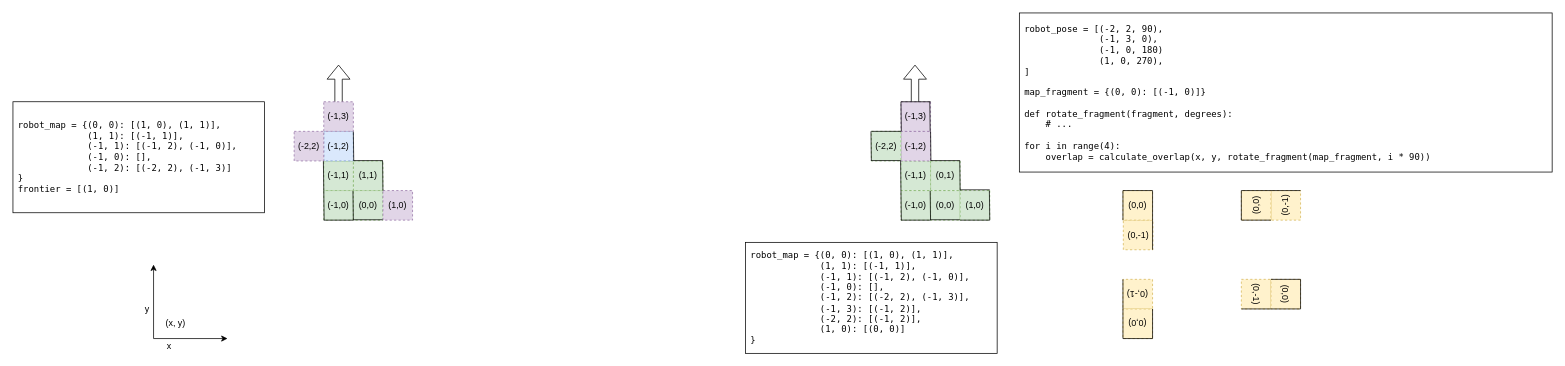
GertKanter/devops keeps this draw.io diagram as mapping_localization.drawio. Above is the earlier version. Source tidied: cells renumbered, new cells numbered last; positions are measured from the earlier drawing's top-left corner, leaving out a move shared by most shapes. Both pictures are drawn from the tidied source at 74%, with x=0, y=0 at pixel (13, 13).
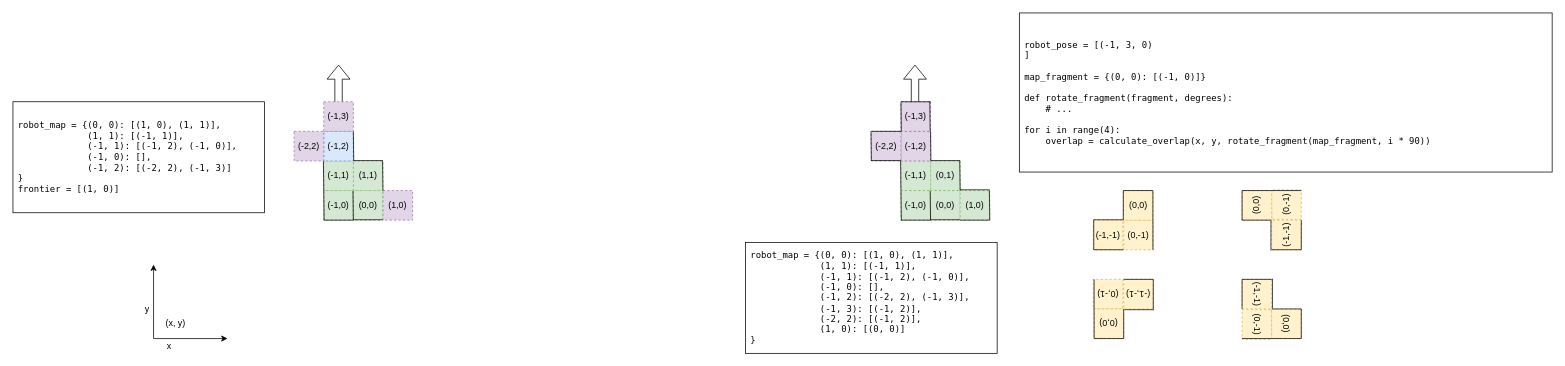
Above is the later version.

Change to the diagram source:
```diff
@@
-    <mxCell id="40" value="(-2,2)" style="rounded=0;whiteSpace=wrap;html=1;fontStyle=0;dashed=1;fillColor=#d5e8d4;strokeColor=#82b366;direction=south;" parent="1" vertex="1">
+    <mxCell id="40" value="(-2,2)" style="rounded=0;whiteSpace=wrap;html=1;fontStyle=0;dashed=1;fillColor=#e1d5e7;strokeColor=#9673a6;direction=south;" parent="1" vertex="1">
       <mxGeometry x="1160" y="160" width="40" height="40" as="geometry" />
     </mxCell>
@@
-    <mxCell id="51" value="&lt;font face=&quot;Lucida Console&quot;&gt;robot_pose = [&lt;/font&gt;&lt;span style=&quot;font-family: &amp;#34;lucida console&amp;#34;&quot;&gt;(-2, 2, 90),&lt;/span&gt;&lt;span style=&quot;font-family: &amp;#34;lucida console&amp;#34;&quot;&gt;&lt;br&gt;&lt;/span&gt;&lt;font face=&quot;Lucida Console&quot;&gt;&amp;nbsp; &amp;nbsp; &amp;nbsp; &amp;nbsp; &amp;nbsp; &amp;nbsp; &amp;nbsp;&amp;nbsp;&lt;/font&gt;&lt;font face=&quot;Lucida Console&quot;&gt;(-1, 3, 0)&lt;/font&gt;&lt;span style=&quot;font-family: &amp;#34;lucida console&amp;#34;&quot;&gt;,&lt;br&gt;&amp;nbsp; &amp;nbsp; &amp;nbsp; &amp;nbsp; &amp;nbsp; &amp;nbsp; &amp;nbsp; (-1, 0, 180)&amp;nbsp;&lt;br&gt;&lt;/span&gt;&lt;font face=&quot;Lucida Console&quot;&gt;&amp;nbsp; &amp;nbsp; &amp;nbsp; &amp;nbsp; &amp;nbsp; &amp;nbsp; &amp;nbsp; (1, 0, 270),&lt;br&gt;]&lt;br&gt;&lt;br&gt;map_fragment = {(0, 0): [(-1, 0)]}&lt;br&gt;&lt;br&gt;def rotate_fragment(fragment, degrees):&lt;br&gt;&amp;nbsp; &amp;nbsp; # ...&lt;br&gt;&lt;br&gt;for i in range(4):&lt;br&gt;&amp;nbsp; &amp;nbsp; overlap = calculate_overlap(x, y, rotate_fragment(map_fragment, i * 90))&lt;br&gt;&lt;/font&gt;" style="rounded=0;whiteSpace=wrap;html=1;align=left;spacingLeft=5;" parent="1" vertex="1">
+    <mxCell id="51" value="&lt;font face=&quot;Lucida Console&quot;&gt;robot_pose = [&lt;/font&gt;&lt;span style=&quot;font-family: &amp;#34;lucida console&amp;#34;&quot;&gt;(-1, 3, 0)&amp;nbsp;&lt;/span&gt;&lt;font face=&quot;Lucida Console&quot;&gt;&lt;br&gt;]&lt;br&gt;&lt;br&gt;map_fragment = {(0, 0): [(-1, 0)]}&lt;br&gt;&lt;br&gt;def rotate_fragment(fragment, degrees):&lt;br&gt;&amp;nbsp; &amp;nbsp; # ...&lt;br&gt;&lt;br&gt;for i in range(4):&lt;br&gt;&amp;nbsp; &amp;nbsp; overlap = calculate_overlap(x, y, rotate_fragment(map_fragment, i * 90))&lt;br&gt;&lt;/font&gt;" style="rounded=0;whiteSpace=wrap;html=1;align=left;spacingLeft=5;" parent="1" vertex="1">
       <mxGeometry x="1360" width="720" height="215" as="geometry" />
     </mxCell>
@@
-    <mxCell id="53" style="group;" parent="1" vertex="1">
-      <mxGeometry x="1500" y="240" width="40.5" height="80" as="geometry" />
-    </mxCell>
+    <mxCell id="81" style="group;" parent="1" vertex="1">
+      <mxGeometry x="1460" y="240" width="81" height="80" as="geometry" />
+    </mxCell>
-    <mxCell id="54" value="(0,-1)" style="rounded=0;whiteSpace=wrap;html=1;fontStyle=0;dashed=1;fillColor=#fff2cc;strokeColor=#d6b656;rotation=0;" parent="53" vertex="1">
-      <mxGeometry x="0.5" y="40" width="40" height="40" as="geometry" />
+    <mxCell id="54" value="(0,-1)" style="rounded=0;whiteSpace=wrap;html=1;fontStyle=0;dashed=1;fillColor=#fff2cc;strokeColor=#d6b656;rotation=0;" parent="81" vertex="1">
+      <mxGeometry x="41" y="40" width="40" height="40" as="geometry" />
     </mxCell>
-    <mxCell id="55" value="(0,0)" style="rounded=0;whiteSpace=wrap;html=1;fontStyle=0;dashed=1;fillColor=#fff2cc;strokeColor=#d6b656;rotation=0;" parent="53" vertex="1">
-      <mxGeometry width="40" height="40" as="geometry" />
+    <mxCell id="55" value="(0,0)" style="rounded=0;whiteSpace=wrap;html=1;fontStyle=0;dashed=1;fillColor=#fff2cc;strokeColor=#d6b656;rotation=0;" parent="81" vertex="1">
+      <mxGeometry x="40.5" width="40" height="40" as="geometry" />
     </mxCell>
-    <mxCell id="56" style="endArrow=none;html=1;" parent="53" edge="1">
+    <mxCell id="56" style="endArrow=none;html=1;" parent="81" edge="1">
       <mxGeometry relative="1" as="geometry">
-        <mxPoint as="sourcePoint" />
-        <mxPoint y="40" as="targetPoint" />
+        <mxPoint x="40.5" as="sourcePoint" />
+        <mxPoint x="40.5" y="40" as="targetPoint" />
       </mxGeometry>
     </mxCell>
-    <mxCell id="57" style="endArrow=none;html=1;" parent="53" edge="1">
+    <mxCell id="57" style="endArrow=none;html=1;" parent="81" edge="1">
       <mxGeometry relative="1" as="geometry">
-        <mxPoint x="40" as="sourcePoint" />
-        <mxPoint x="40" y="40" as="targetPoint" />
+        <mxPoint x="80.5" as="sourcePoint" />
+        <mxPoint x="80.5" y="40" as="targetPoint" />
       </mxGeometry>
     </mxCell>
-    <mxCell id="58" style="endArrow=none;html=1;" parent="53" edge="1">
+    <mxCell id="58" style="endArrow=none;html=1;" parent="81" edge="1">
       <mxGeometry relative="1" as="geometry">
-        <mxPoint x="40" as="sourcePoint" />
-        <mxPoint as="targetPoint" />
+        <mxPoint x="80.5" as="sourcePoint" />
+        <mxPoint x="40.5" as="targetPoint" />
       </mxGeometry>
     </mxCell>
-    <mxCell id="59" style="endArrow=none;html=1;" parent="53" edge="1">
+    <mxCell id="59" style="endArrow=none;html=1;" parent="81" edge="1">
       <mxGeometry relative="1" as="geometry">
-        <mxPoint x="40" y="40" as="sourcePoint" />
-        <mxPoint x="40" y="80" as="targetPoint" />
+        <mxPoint x="80.5" y="40" as="sourcePoint" />
+        <mxPoint x="80.5" y="80" as="targetPoint" />
       </mxGeometry>
     </mxCell>
-    <mxCell id="60" style="group;rotation=-90;" parent="1" vertex="1">
-      <mxGeometry x="1680" y="220" width="40.5" height="80" as="geometry" />
-    </mxCell>
+    <mxCell id="82" value="(-1,-1)" style="rounded=0;whiteSpace=wrap;html=1;fontStyle=0;dashed=1;fillColor=#fff2cc;strokeColor=#d6b656;rotation=0;" parent="81" vertex="1">
+      <mxGeometry y="40" width="40" height="40" as="geometry" />
+    </mxCell>
+    <mxCell id="83" style="endArrow=none;html=1;" parent="81" edge="1">
+      <mxGeometry relative="1" as="geometry">
+        <mxPoint x="40" y="39.5" as="sourcePoint" />
+        <mxPoint y="39.5" as="targetPoint" />
+      </mxGeometry>
+    </mxCell>
+    <mxCell id="84" style="endArrow=none;html=1;" parent="81" edge="1">
+      <mxGeometry relative="1" as="geometry">
+        <mxPoint x="40.5" y="80" as="sourcePoint" />
+        <mxPoint x="0.5" y="80" as="targetPoint" />
+      </mxGeometry>
+    </mxCell>
+    <mxCell id="85" style="endArrow=none;html=1;" parent="81" edge="1">
+      <mxGeometry relative="1" as="geometry">
+        <mxPoint x="0.5" y="40" as="sourcePoint" />
+        <mxPoint x="0.5" y="80" as="targetPoint" />
+      </mxGeometry>
+    </mxCell>
+    <mxCell id="86" style="group;rotation=-90;" parent="1" vertex="1">
+      <mxGeometry x="1660" y="240" width="81" height="80" as="geometry" />
+    </mxCell>
-    <mxCell id="61" value="(0,-1)" style="rounded=0;whiteSpace=wrap;html=1;fontStyle=0;dashed=1;fillColor=#fff2cc;strokeColor=#d6b656;rotation=-90;" parent="60" vertex="1">
-      <mxGeometry x="20" y="20" width="40" height="40" as="geometry" />
+    <mxCell id="61" value="(0,-1)" style="rounded=0;whiteSpace=wrap;html=1;fontStyle=0;dashed=1;fillColor=#fff2cc;strokeColor=#d6b656;rotation=-90;" parent="86" vertex="1">
+      <mxGeometry x="41" y="-1" width="40" height="40" as="geometry" />
     </mxCell>
-    <mxCell id="62" value="(0,0)" style="rounded=0;whiteSpace=wrap;html=1;fontStyle=0;dashed=1;fillColor=#fff2cc;strokeColor=#d6b656;rotation=-90;" parent="60" vertex="1">
-      <mxGeometry x="-20" y="20" width="40" height="40" as="geometry" />
+    <mxCell id="62" value="(0,0)" style="rounded=0;whiteSpace=wrap;html=1;fontStyle=0;dashed=1;fillColor=#fff2cc;strokeColor=#d6b656;rotation=-90;" parent="86" vertex="1">
+      <mxGeometry x="1" width="40" height="40" as="geometry" />
     </mxCell>
-    <mxCell id="63" style="endArrow=none;html=1;" parent="60" edge="1">
-      <mxGeometry relative="1" as="geometry">
-        <mxPoint x="-20" y="60" as="sourcePoint" />
-        <mxPoint x="20" y="60" as="targetPoint" />
-      </mxGeometry>
-    </mxCell>
-    <mxCell id="64" style="endArrow=none;html=1;" parent="60" edge="1">
-      <mxGeometry relative="1" as="geometry">
-        <mxPoint x="-20" y="20" as="sourcePoint" />
-        <mxPoint x="20" y="20" as="targetPoint" />
-      </mxGeometry>
-    </mxCell>
-    <mxCell id="65" style="endArrow=none;html=1;" parent="60" edge="1">
-      <mxGeometry relative="1" as="geometry">
-        <mxPoint x="-20" y="20" as="sourcePoint" />
-        <mxPoint x="-20" y="60" as="targetPoint" />
-      </mxGeometry>
-    </mxCell>
-    <mxCell id="66" style="endArrow=none;html=1;" parent="60" edge="1">
-      <mxGeometry relative="1" as="geometry">
-        <mxPoint x="20" y="20" as="sourcePoint" />
-        <mxPoint x="60" y="20" as="targetPoint" />
-      </mxGeometry>
-    </mxCell>
-    <mxCell id="67" style="group;rotation=-180;" parent="1" vertex="1">
-      <mxGeometry x="1500" y="360" width="40.5" height="80" as="geometry" />
-    </mxCell>
+    <mxCell id="87" style="endArrow=none;html=1;" parent="86" edge="1">
+      <mxGeometry relative="1" as="geometry">
+        <mxPoint x="1" y="40" as="sourcePoint" />
+        <mxPoint x="41" y="40" as="targetPoint" />
+      </mxGeometry>
+    </mxCell>
+    <mxCell id="88" style="endArrow=none;html=1;" parent="86" edge="1">
+      <mxGeometry relative="1" as="geometry">
+        <mxPoint x="1" as="sourcePoint" />
+        <mxPoint x="41" as="targetPoint" />
+      </mxGeometry>
+    </mxCell>
+    <mxCell id="89" style="endArrow=none;html=1;" parent="86" edge="1">
+      <mxGeometry relative="1" as="geometry">
+        <mxPoint x="1" as="sourcePoint" />
+        <mxPoint x="1" y="40" as="targetPoint" />
+      </mxGeometry>
+    </mxCell>
+    <mxCell id="90" style="endArrow=none;html=1;" parent="86" edge="1">
+      <mxGeometry relative="1" as="geometry">
+        <mxPoint x="41" as="sourcePoint" />
+        <mxPoint x="81" as="targetPoint" />
+      </mxGeometry>
+    </mxCell>
+    <mxCell id="91" value="(-1,-1)" style="rounded=0;whiteSpace=wrap;html=1;fontStyle=0;dashed=1;fillColor=#fff2cc;strokeColor=#d6b656;rotation=-90;" parent="86" vertex="1">
+      <mxGeometry x="41" y="40" width="40" height="40" as="geometry" />
+    </mxCell>
+    <mxCell id="92" style="endArrow=none;html=1;" parent="86" edge="1">
+      <mxGeometry relative="1" as="geometry">
+        <mxPoint x="40" y="41" as="sourcePoint" />
+        <mxPoint x="40" y="81" as="targetPoint" />
+      </mxGeometry>
+    </mxCell>
+    <mxCell id="93" style="endArrow=none;html=1;" parent="86" edge="1">
+      <mxGeometry relative="1" as="geometry">
+        <mxPoint x="81" y="40" as="sourcePoint" />
+        <mxPoint x="81" y="80" as="targetPoint" />
+      </mxGeometry>
+    </mxCell>
+    <mxCell id="94" style="endArrow=none;html=1;" parent="86" edge="1">
+      <mxGeometry relative="1" as="geometry">
+        <mxPoint x="41" y="80" as="sourcePoint" />
+        <mxPoint x="81" y="80" as="targetPoint" />
+      </mxGeometry>
+    </mxCell>
+    <mxCell id="95" style="group;rotation=180;" parent="1" vertex="1">
+      <mxGeometry x="1460" y="360" width="81" height="80" as="geometry" />
+    </mxCell>
-    <mxCell id="68" value="(0,-1)" style="rounded=0;whiteSpace=wrap;html=1;fontStyle=0;dashed=1;fillColor=#fff2cc;strokeColor=#d6b656;rotation=-180;" parent="67" vertex="1">
+    <mxCell id="68" value="(0,-1)" style="rounded=0;whiteSpace=wrap;html=1;fontStyle=0;dashed=1;fillColor=#fff2cc;strokeColor=#d6b656;rotation=180;" parent="95" vertex="1">
       <mxGeometry width="40" height="40" as="geometry" />
     </mxCell>
-    <mxCell id="69" value="(0,0)" style="rounded=0;whiteSpace=wrap;html=1;fontStyle=0;dashed=1;fillColor=#fff2cc;strokeColor=#d6b656;rotation=-180;" parent="67" vertex="1">
-      <mxGeometry y="40" width="40" height="40" as="geometry" />
+    <mxCell id="69" value="(0,0)" style="rounded=0;whiteSpace=wrap;html=1;fontStyle=0;dashed=1;fillColor=#fff2cc;strokeColor=#d6b656;rotation=180;" parent="95" vertex="1">
+      <mxGeometry x="1" y="40" width="40" height="40" as="geometry" />
     </mxCell>
-    <mxCell id="70" style="endArrow=none;html=1;" parent="67" edge="1">
-      <mxGeometry relative="1" as="geometry">
-        <mxPoint x="40" y="80" as="sourcePoint" />
-        <mxPoint x="40" y="40" as="targetPoint" />
-      </mxGeometry>
-    </mxCell>
-    <mxCell id="71" style="endArrow=none;html=1;" parent="67" edge="1">
-      <mxGeometry relative="1" as="geometry">
-        <mxPoint y="80" as="sourcePoint" />
-        <mxPoint y="40" as="targetPoint" />
-      </mxGeometry>
-    </mxCell>
-    <mxCell id="72" style="endArrow=none;html=1;" parent="67" edge="1">
-      <mxGeometry relative="1" as="geometry">
-        <mxPoint y="80" as="sourcePoint" />
-        <mxPoint x="40" y="80" as="targetPoint" />
-      </mxGeometry>
-    </mxCell>
-    <mxCell id="73" style="endArrow=none;html=1;" parent="67" edge="1">
-      <mxGeometry relative="1" as="geometry">
-        <mxPoint y="40" as="sourcePoint" />
-        <mxPoint as="targetPoint" />
-      </mxGeometry>
-    </mxCell>
-    <mxCell id="74" style="group;rotation=90;" parent="1" vertex="1">
-      <mxGeometry x="1680" y="340" width="40.5" height="80" as="geometry" />
-    </mxCell>
+    <mxCell id="96" style="endArrow=none;html=1;" parent="95" edge="1">
+      <mxGeometry relative="1" as="geometry">
+        <mxPoint x="41" y="80" as="sourcePoint" />
+        <mxPoint x="41" y="40" as="targetPoint" />
+      </mxGeometry>
+    </mxCell>
+    <mxCell id="97" style="endArrow=none;html=1;" parent="95" edge="1">
+      <mxGeometry relative="1" as="geometry">
+        <mxPoint x="1" y="80" as="sourcePoint" />
+        <mxPoint x="1" y="40" as="targetPoint" />
+      </mxGeometry>
+    </mxCell>
+    <mxCell id="98" style="endArrow=none;html=1;" parent="95" edge="1">
+      <mxGeometry relative="1" as="geometry">
+        <mxPoint x="1" y="80" as="sourcePoint" />
+        <mxPoint x="41" y="80" as="targetPoint" />
+      </mxGeometry>
+    </mxCell>
+    <mxCell id="99" style="endArrow=none;html=1;" parent="95" edge="1">
+      <mxGeometry relative="1" as="geometry">
+        <mxPoint x="1" y="40" as="sourcePoint" />
+        <mxPoint x="1" as="targetPoint" />
+      </mxGeometry>
+    </mxCell>
+    <mxCell id="100" value="(-1,-1)" style="rounded=0;whiteSpace=wrap;html=1;fontStyle=0;dashed=1;fillColor=#fff2cc;strokeColor=#d6b656;rotation=180;" parent="95" vertex="1">
+      <mxGeometry x="41" width="40" height="40" as="geometry" />
+    </mxCell>
+    <mxCell id="101" style="endArrow=none;html=1;" parent="95" edge="1">
+      <mxGeometry relative="1" as="geometry">
+        <mxPoint x="42" y="41" as="sourcePoint" />
+        <mxPoint x="82" y="41" as="targetPoint" />
+      </mxGeometry>
+    </mxCell>
+    <mxCell id="102" style="endArrow=none;html=1;" parent="95" edge="1">
+      <mxGeometry relative="1" as="geometry">
+        <mxPoint x="41" as="sourcePoint" />
+        <mxPoint x="81" as="targetPoint" />
+      </mxGeometry>
+    </mxCell>
+    <mxCell id="103" style="endArrow=none;html=1;" parent="95" edge="1">
+      <mxGeometry relative="1" as="geometry">
+        <mxPoint x="81" y="40" as="sourcePoint" />
+        <mxPoint x="81" as="targetPoint" />
+      </mxGeometry>
+    </mxCell>
+    <mxCell id="104" style="group;rotation=90;" parent="1" vertex="1">
+      <mxGeometry x="1660" y="360" width="81" height="80" as="geometry" />
+    </mxCell>
-    <mxCell id="75" value="(0,-1)" style="rounded=0;whiteSpace=wrap;html=1;fontStyle=0;dashed=1;fillColor=#fff2cc;strokeColor=#d6b656;rotation=90;" parent="74" vertex="1">
-      <mxGeometry x="-20" y="20" width="40" height="40" as="geometry" />
+    <mxCell id="75" value="(0,-1)" style="rounded=0;whiteSpace=wrap;html=1;fontStyle=0;dashed=1;fillColor=#fff2cc;strokeColor=#d6b656;rotation=90;" parent="104" vertex="1">
+      <mxGeometry x="1" y="41" width="40" height="40" as="geometry" />
     </mxCell>
-    <mxCell id="76" value="(0,0)" style="rounded=0;whiteSpace=wrap;html=1;fontStyle=0;dashed=1;fillColor=#fff2cc;strokeColor=#d6b656;rotation=90;" parent="74" vertex="1">
-      <mxGeometry x="20" y="20" width="40" height="40" as="geometry" />
+    <mxCell id="76" value="(0,0)" style="rounded=0;whiteSpace=wrap;html=1;fontStyle=0;dashed=1;fillColor=#fff2cc;strokeColor=#d6b656;rotation=90;" parent="104" vertex="1">
+      <mxGeometry x="41" y="40" width="40" height="40" as="geometry" />
     </mxCell>
-    <mxCell id="77" style="endArrow=none;html=1;" parent="74" edge="1">
-      <mxGeometry relative="1" as="geometry">
-        <mxPoint x="60" y="20" as="sourcePoint" />
-        <mxPoint x="20" y="20" as="targetPoint" />
-      </mxGeometry>
-    </mxCell>
-    <mxCell id="78" style="endArrow=none;html=1;" parent="74" edge="1">
-      <mxGeometry relative="1" as="geometry">
-        <mxPoint x="60" y="60" as="sourcePoint" />
-        <mxPoint x="20" y="60" as="targetPoint" />
-      </mxGeometry>
-    </mxCell>
-    <mxCell id="79" style="endArrow=none;html=1;" parent="74" edge="1">
-      <mxGeometry relative="1" as="geometry">
-        <mxPoint x="60" y="60" as="sourcePoint" />
-        <mxPoint x="60" y="20" as="targetPoint" />
-      </mxGeometry>
-    </mxCell>
-    <mxCell id="80" style="endArrow=none;html=1;" parent="74" edge="1">
-      <mxGeometry relative="1" as="geometry">
-        <mxPoint x="20" y="60" as="sourcePoint" />
-        <mxPoint x="-20" y="60" as="targetPoint" />
-      </mxGeometry>
-    </mxCell>
+    <mxCell id="105" style="endArrow=none;html=1;" parent="104" edge="1">
+      <mxGeometry relative="1" as="geometry">
+        <mxPoint x="81" y="40" as="sourcePoint" />
+        <mxPoint x="41" y="40" as="targetPoint" />
+      </mxGeometry>
+    </mxCell>
+    <mxCell id="106" style="endArrow=none;html=1;" parent="104" edge="1">
+      <mxGeometry relative="1" as="geometry">
+        <mxPoint x="81" y="80" as="sourcePoint" />
+        <mxPoint x="41" y="80" as="targetPoint" />
+      </mxGeometry>
+    </mxCell>
+    <mxCell id="107" style="endArrow=none;html=1;" parent="104" edge="1">
+      <mxGeometry relative="1" as="geometry">
+        <mxPoint x="81" y="80" as="sourcePoint" />
+        <mxPoint x="81" y="40" as="targetPoint" />
+      </mxGeometry>
+    </mxCell>
+    <mxCell id="108" style="endArrow=none;html=1;" parent="104" edge="1">
+      <mxGeometry relative="1" as="geometry">
+        <mxPoint x="41" y="80" as="sourcePoint" />
+        <mxPoint x="1" y="80" as="targetPoint" />
+      </mxGeometry>
+    </mxCell>
+    <mxCell id="109" value="(-1,-1)" style="rounded=0;whiteSpace=wrap;html=1;fontStyle=0;dashed=1;fillColor=#fff2cc;strokeColor=#d6b656;rotation=90;" parent="104" vertex="1">
+      <mxGeometry x="1" width="40" height="40" as="geometry" />
+    </mxCell>
+    <mxCell id="110" style="endArrow=none;html=1;" parent="104" edge="1">
+      <mxGeometry relative="1" as="geometry">
+        <mxPoint x="42" y="39" as="sourcePoint" />
+        <mxPoint x="42" y="-1" as="targetPoint" />
+      </mxGeometry>
+    </mxCell>
+    <mxCell id="111" style="endArrow=none;html=1;" parent="104" edge="1">
+      <mxGeometry relative="1" as="geometry">
+        <mxPoint x="1" y="40" as="sourcePoint" />
+        <mxPoint x="1" as="targetPoint" />
+      </mxGeometry>
+    </mxCell>
+    <mxCell id="112" style="endArrow=none;html=1;" parent="104" edge="1">
+      <mxGeometry relative="1" as="geometry">
+        <mxPoint x="41" as="sourcePoint" />
+        <mxPoint x="1" as="targetPoint" />
+      </mxGeometry>
+    </mxCell>
```
